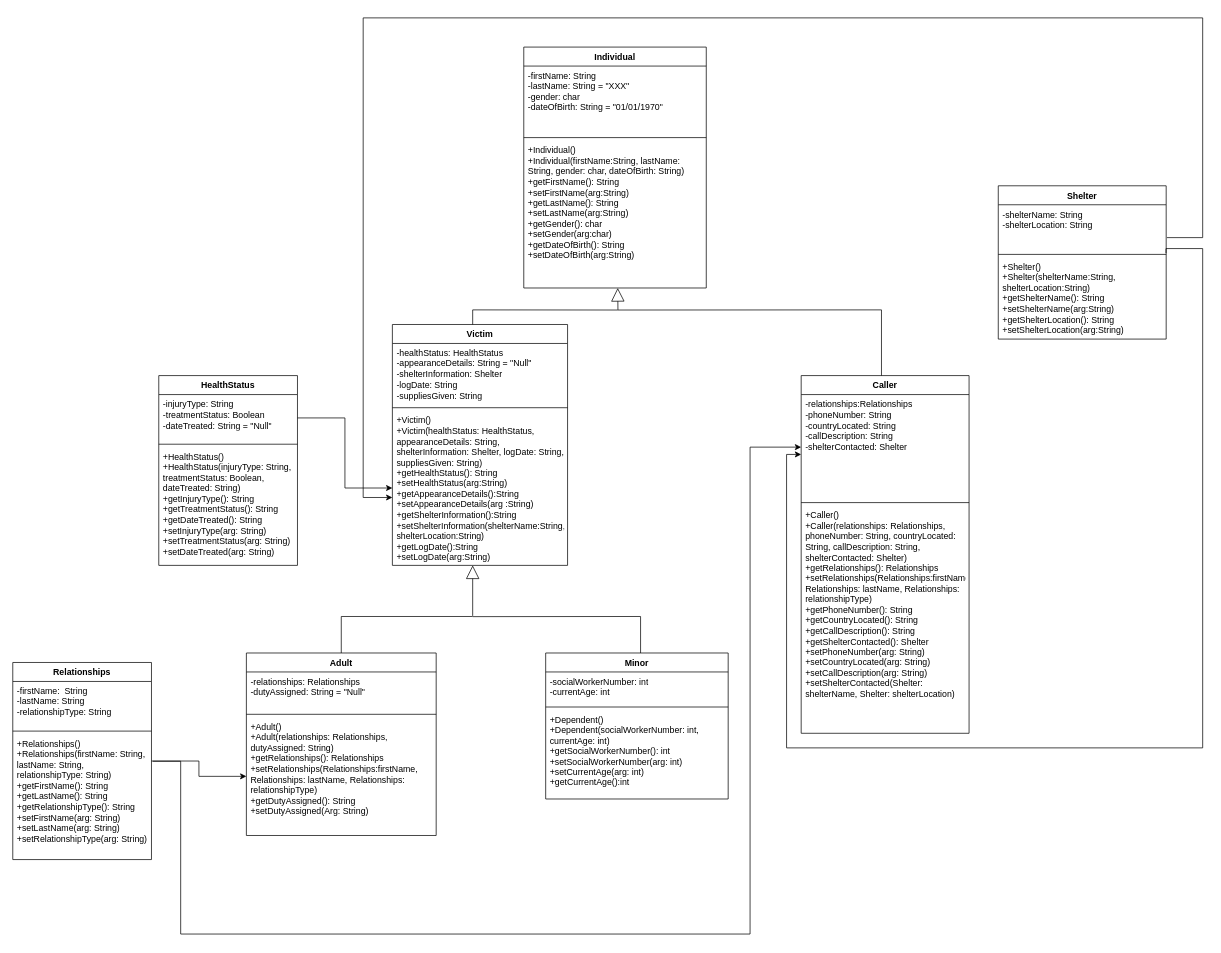
Before: 25.drawio in ENSF-380-Group-25/Project-1, a draw.io diagram. Source tidied: cells renumbered, new cells numbered last; positions are measured from the earlier drawing's top-left corner, leaving out a move shared by most shapes. Both pictures are drawn from the tidied source at 73%, with x=0, y=0 at pixel (12, 18).
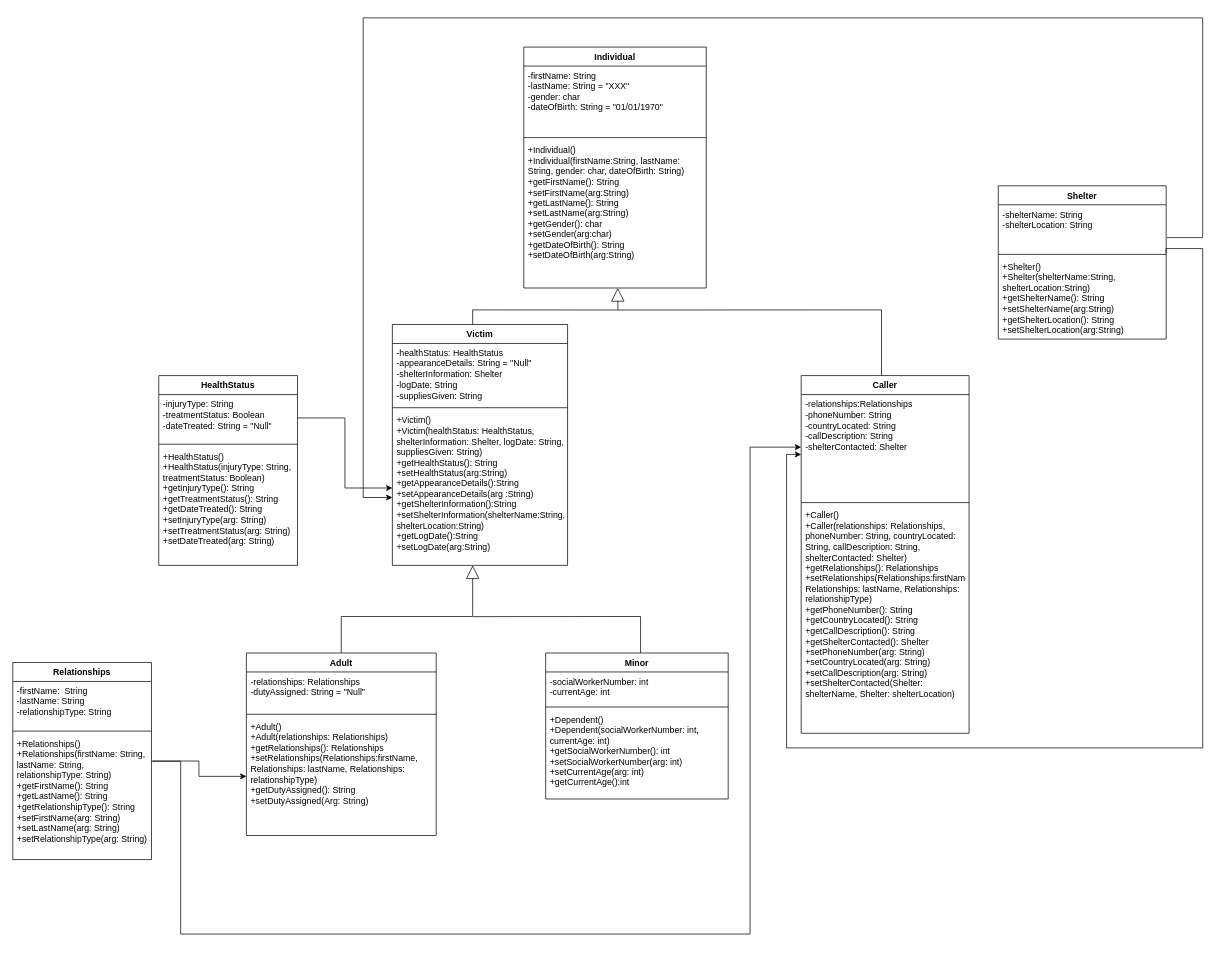
The same page after the edit.

The change refers to these unchanged cells:
```xml
<mxCell id="6" value="Adult" style="swimlane;fontStyle=1;align=center;verticalAlign=top;horizontal=1;startSize=26;whiteSpace=wrap;html=1;" parent="1" vertex="1">
  <mxGeometry x="320" y="870" width="260" height="250" as="geometry" />
</mxCell>
<mxCell id="18" value="Victim" style="swimlane;fontStyle=1;align=center;verticalAlign=top;horizontal=1;startSize=26;whiteSpace=wrap;html=1;" parent="1" vertex="1">
  <mxGeometry x="520" y="420" width="240" height="330" as="geometry" />
</mxCell>
<mxCell id="41" value="HealthStatus" style="swimlane;fontStyle=1;align=center;verticalAlign=top;horizontal=1;startSize=26;whiteSpace=wrap;html=1;" parent="1" vertex="1">
  <mxGeometry x="200" y="490" width="190" height="260" as="geometry" />
</mxCell>
```

Diff of the diagram source:
```diff
@@
-    <mxCell id="9" value="+Adult()&lt;div&gt;+Adult(relationships: Relationships, dutyAssigned: String&lt;span style=&quot;background-color: transparent; color: light-dark(rgb(0, 0, 0), rgb(255, 255, 255));&quot;&gt;)&lt;/span&gt;&lt;/div&gt;&lt;div&gt;+getRelationships(): Relationships&lt;div&gt;+setRelationships(&lt;span style=&quot;background-color: transparent; color: light-dark(rgb(0, 0, 0), rgb(255, 255, 255));&quot;&gt;Relationships:firstName, Relationships: lastName, Relationships: relationshipType&lt;/span&gt;&lt;span style=&quot;background-color: transparent; color: light-dark(rgb(0, 0, 0), rgb(255, 255, 255));&quot;&gt;)&lt;/span&gt;&lt;/div&gt;&lt;/div&gt;&lt;div&gt;&lt;span style=&quot;background-color: transparent; color: light-dark(rgb(0, 0, 0), rgb(255, 255, 255));&quot;&gt;+getDutyAssigned(): String&lt;/span&gt;&lt;/div&gt;&lt;div&gt;&lt;span style=&quot;background-color: transparent; color: light-dark(rgb(0, 0, 0), rgb(255, 255, 255));&quot;&gt;+setDutyAssigned(Arg: String)&lt;/span&gt;&lt;/div&gt;" style="text;strokeColor=none;fillColor=none;align=left;verticalAlign=top;spacingLeft=4;spacingRight=4;overflow=hidden;points=[[0,0.5],[1,0.5]];portConstraint=eastwest;whiteSpace=wrap;html=1;" parent="6" vertex="1">
+    <mxCell id="9" value="+Adult()&lt;div&gt;+Adult(relationships: Relationships&lt;span style=&quot;background-color: transparent; color: light-dark(rgb(0, 0, 0), rgb(255, 255, 255));&quot;&gt;)&lt;/span&gt;&lt;/div&gt;&lt;div&gt;+getRelationships(): Relationships&lt;div&gt;+setRelationships(&lt;span style=&quot;background-color: transparent; color: light-dark(rgb(0, 0, 0), rgb(255, 255, 255));&quot;&gt;Relationships:firstName, Relationships: lastName, Relationships: relationshipType&lt;/span&gt;&lt;span style=&quot;background-color: transparent; color: light-dark(rgb(0, 0, 0), rgb(255, 255, 255));&quot;&gt;)&lt;/span&gt;&lt;/div&gt;&lt;/div&gt;&lt;div&gt;&lt;span style=&quot;background-color: transparent; color: light-dark(rgb(0, 0, 0), rgb(255, 255, 255));&quot;&gt;+getDutyAssigned(): String&lt;/span&gt;&lt;/div&gt;&lt;div&gt;&lt;span style=&quot;background-color: transparent; color: light-dark(rgb(0, 0, 0), rgb(255, 255, 255));&quot;&gt;+setDutyAssigned(Arg: String)&lt;/span&gt;&lt;/div&gt;" style="text;strokeColor=none;fillColor=none;align=left;verticalAlign=top;spacingLeft=4;spacingRight=4;overflow=hidden;points=[[0,0.5],[1,0.5]];portConstraint=eastwest;whiteSpace=wrap;html=1;" parent="6" vertex="1">
       <mxGeometry y="88" width="260" height="162" as="geometry" />
     </mxCell>
@@
-    <mxCell id="21" value="&lt;div&gt;+Victim()&lt;/div&gt;&lt;div&gt;+Victim(healthStatus: HealthStatus, appearanceDetails: String, shelterInformation: Shelter, logDate: String, suppliesGiven: String)&lt;/div&gt;+getHealthStatus(): String&lt;div&gt;+setHealthStatus(arg:String)&lt;/div&gt;&lt;div&gt;+getAppearanceDetails():String&lt;/div&gt;&lt;div&gt;+setAppearanceDetails(arg&amp;nbsp;&lt;span style=&quot;background-color: transparent; color: light-dark(rgb(0, 0, 0), rgb(255, 255, 255));&quot;&gt;:String&lt;/span&gt;&lt;span style=&quot;background-color: transparent; color: light-dark(rgb(0, 0, 0), rgb(255, 255, 255));&quot;&gt;)&lt;/span&gt;&lt;/div&gt;&lt;div&gt;+getShelterInformation():String&lt;/div&gt;&lt;div&gt;+setShelterInformation(shelterName:String, shelterLocation:String)&lt;/div&gt;&lt;div&gt;+getLogDate():String&lt;/div&gt;&lt;div&gt;+setLogDate(arg:String)&lt;/div&gt;&lt;div&gt;&lt;br&gt;&lt;/div&gt;" style="text;strokeColor=none;fillColor=none;align=left;verticalAlign=top;spacingLeft=4;spacingRight=4;overflow=hidden;points=[[0,0.5],[1,0.5]];portConstraint=eastwest;whiteSpace=wrap;html=1;" parent="18" vertex="1">
+    <mxCell id="21" value="&lt;div&gt;+Victim()&lt;/div&gt;&lt;div&gt;+Victim(healthStatus: HealthStatus, shelterInformation: Shelter, logDate: String, suppliesGiven: String)&lt;/div&gt;+getHealthStatus(): String&lt;div&gt;+setHealthStatus(arg:String)&lt;/div&gt;&lt;div&gt;+getAppearanceDetails():String&lt;/div&gt;&lt;div&gt;+setAppearanceDetails(arg&amp;nbsp;&lt;span style=&quot;background-color: transparent; color: light-dark(rgb(0, 0, 0), rgb(255, 255, 255));&quot;&gt;:String&lt;/span&gt;&lt;span style=&quot;background-color: transparent; color: light-dark(rgb(0, 0, 0), rgb(255, 255, 255));&quot;&gt;)&lt;/span&gt;&lt;/div&gt;&lt;div&gt;+getShelterInformation():String&lt;/div&gt;&lt;div&gt;+setShelterInformation(shelterName:String, shelterLocation:String)&lt;/div&gt;&lt;div&gt;+getLogDate():String&lt;/div&gt;&lt;div&gt;+setLogDate(arg:String)&lt;/div&gt;&lt;div&gt;&lt;br&gt;&lt;/div&gt;" style="text;strokeColor=none;fillColor=none;align=left;verticalAlign=top;spacingLeft=4;spacingRight=4;overflow=hidden;points=[[0,0.5],[1,0.5]];portConstraint=eastwest;whiteSpace=wrap;html=1;" parent="18" vertex="1">
       <mxGeometry y="118" width="240" height="212" as="geometry" />
     </mxCell>
@@
-    <mxCell id="44" value="+HealthStatus()&lt;div&gt;+HealthStatus(injuryType: String, treatmentStatus: Boolean, dateTreated: String)&lt;br&gt;&lt;/div&gt;&lt;div&gt;+getInjuryType(): String&lt;/div&gt;&lt;div&gt;+getTreatmentStatus(): String&lt;/div&gt;&lt;div&gt;+getDateTreated(): String&lt;/div&gt;&lt;div&gt;&lt;div&gt;+setInjuryType(arg: String)&lt;/div&gt;&lt;div&gt;+setTreatmentStatus(arg: String)&lt;/div&gt;&lt;div&gt;+setDateTreated(arg: String)&lt;/div&gt;&lt;/div&gt;&lt;div&gt;&lt;br&gt;&lt;/div&gt;&lt;div&gt;&lt;br&gt;&lt;/div&gt;" style="text;strokeColor=none;fillColor=none;align=left;verticalAlign=top;spacingLeft=4;spacingRight=4;overflow=hidden;whiteSpace=wrap;html=1;" parent="41" vertex="1">
+    <mxCell id="44" value="+HealthStatus()&lt;div&gt;+HealthStatus(injuryType: String, treatmentStatus: Boolean)&lt;br&gt;&lt;/div&gt;&lt;div&gt;+getInjuryType(): String&lt;/div&gt;&lt;div&gt;+getTreatmentStatus(): String&lt;/div&gt;&lt;div&gt;+getDateTreated(): String&lt;/div&gt;&lt;div&gt;&lt;div&gt;+setInjuryType(arg: String)&lt;/div&gt;&lt;div&gt;+setTreatmentStatus(arg: String)&lt;/div&gt;&lt;div&gt;+setDateTreated(arg: String)&lt;/div&gt;&lt;/div&gt;&lt;div&gt;&lt;br&gt;&lt;/div&gt;&lt;div&gt;&lt;br&gt;&lt;/div&gt;" style="text;strokeColor=none;fillColor=none;align=left;verticalAlign=top;spacingLeft=4;spacingRight=4;overflow=hidden;whiteSpace=wrap;html=1;" parent="41" vertex="1">
       <mxGeometry y="98" width="190" height="162" as="geometry" />
     </mxCell>
```
